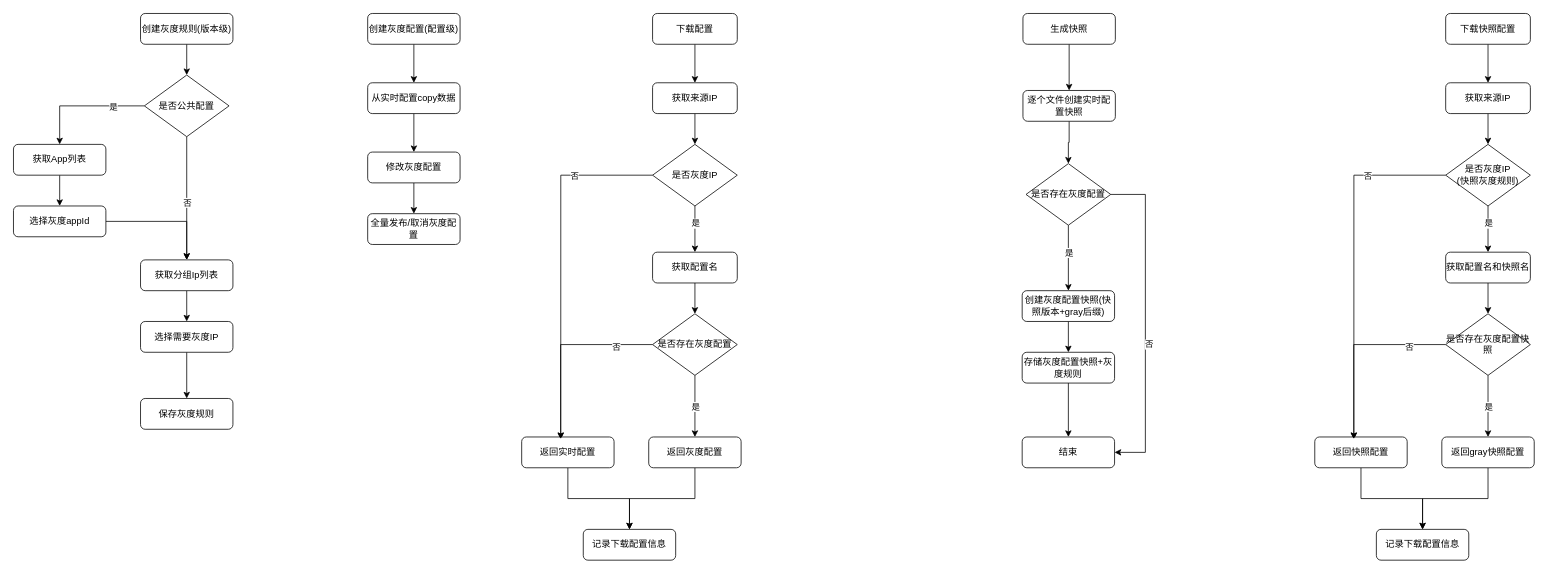
The draw.io diagram gray conf.drawio in sj842166947/draw, before the edit. Source tidied: cells renumbered, new cells numbered last; positions are measured from the earlier drawing's top-left corner, leaving out a move shared by most shapes. Both pictures are drawn from the tidied source at 77%, with x=0, y=0 at pixel (13, 13).
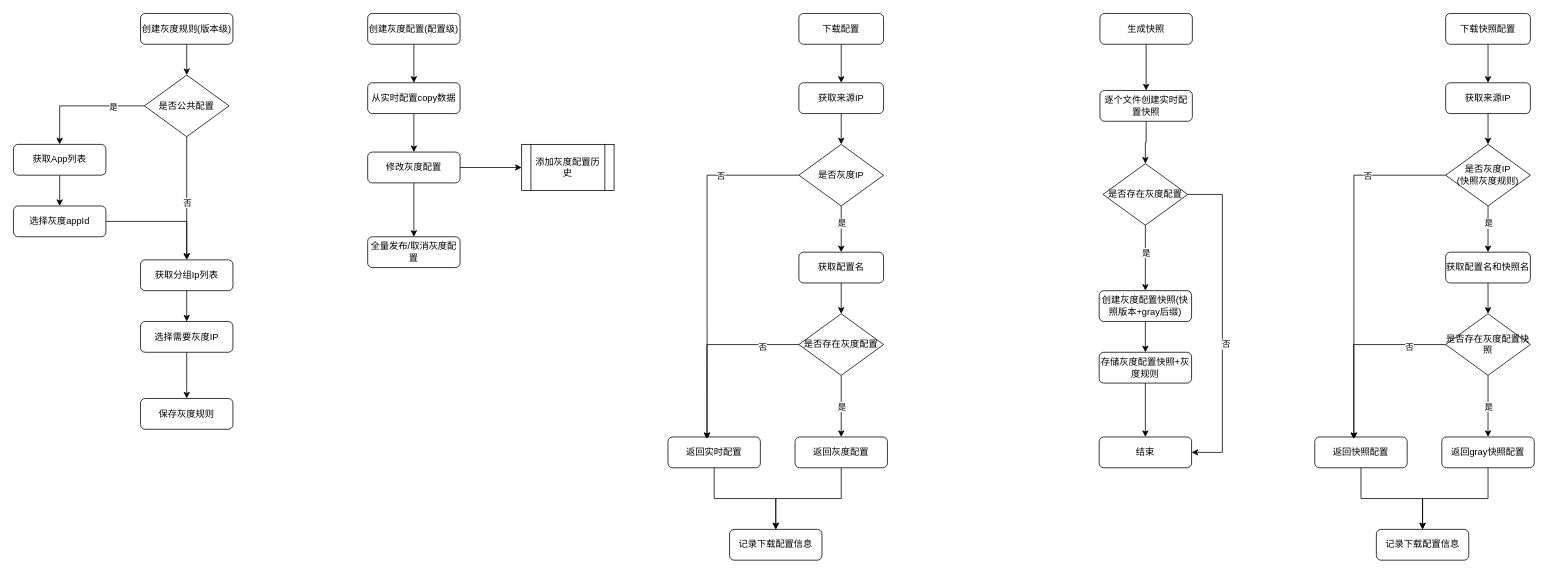
After the change.

The change refers to these unchanged cells:
```xml
<mxCell id="22" value="修改灰度配置" style="rounded=1;whiteSpace=wrap;html=1;" parent="1" vertex="1">
  <mxGeometry x="460" y="180" width="120" height="40" as="geometry" />
</mxCell>
```

What changed in the source:
```diff
@@
+    <mxCell id="81" style="edgeStyle=orthogonalEdgeStyle;rounded=0;jettySize=auto;html=1;entryX=0;entryY=0.5;entryDx=0;entryDy=0;" parent="1" edge="1" source="22" target="82">
+      <mxGeometry relative="1" as="geometry" />
+    </mxCell>
@@
     <mxCell id="23" value="全量发布/取消灰度配置" style="rounded=1;whiteSpace=wrap;html=1;" parent="1" vertex="1">
-      <mxGeometry x="460" y="260" width="120" height="40" as="geometry" />
+      <mxGeometry x="460" y="290" width="120" height="40" as="geometry" />
     </mxCell>
@@
     <mxCell id="25" value="下载配置" style="rounded=1;whiteSpace=wrap;html=1;" parent="1" vertex="1">
-      <mxGeometry x="830" width="110" height="40" as="geometry" />
+      <mxGeometry x="1020" width="110" height="40" as="geometry" />
     </mxCell>
@@
     <mxCell id="27" value="获取来源IP" style="rounded=1;whiteSpace=wrap;html=1;" parent="1" vertex="1">
-      <mxGeometry x="830" y="90" width="110" height="40" as="geometry" />
+      <mxGeometry x="1020" y="90" width="110" height="40" as="geometry" />
     </mxCell>
@@
     <mxCell id="32" value="是否灰度IP" style="rhombus;whiteSpace=wrap;html=1;" parent="1" vertex="1">
-      <mxGeometry x="830" y="170" width="110" height="80" as="geometry" />
+      <mxGeometry x="1020" y="170" width="110" height="80" as="geometry" />
     </mxCell>
@@
     <mxCell id="34" value="返回实时配置" style="rounded=1;whiteSpace=wrap;html=1;" parent="1" vertex="1">
-      <mxGeometry x="660" y="550" width="120" height="40" as="geometry" />
+      <mxGeometry x="850" y="550" width="120" height="40" as="geometry" />
     </mxCell>
@@
     <mxCell id="36" value="返回灰度配置" style="rounded=1;whiteSpace=wrap;html=1;" parent="1" vertex="1">
-      <mxGeometry x="825" y="550" width="120" height="40" as="geometry" />
+      <mxGeometry x="1015" y="550" width="120" height="40" as="geometry" />
     </mxCell>
@@
     <mxCell id="38" value="获取配置名" style="rounded=1;whiteSpace=wrap;html=1;" parent="1" vertex="1">
-      <mxGeometry x="830" y="310" width="110" height="40" as="geometry" />
+      <mxGeometry x="1020" y="310" width="110" height="40" as="geometry" />
     </mxCell>
@@
     <mxCell id="43" value="是否存在灰度配置" style="rhombus;whiteSpace=wrap;html=1;" parent="1" vertex="1">
-      <mxGeometry x="830" y="390" width="110" height="80" as="geometry" />
+      <mxGeometry x="1020" y="390" width="110" height="80" as="geometry" />
     </mxCell>
@@
     <mxCell id="45" value="生成快照" style="rounded=1;whiteSpace=wrap;html=1;" parent="1" vertex="1">
-      <mxGeometry x="1311" width="120" height="40" as="geometry" />
+      <mxGeometry x="1411" width="120" height="40" as="geometry" />
     </mxCell>
@@
     <mxCell id="47" value="逐个文件创建实时配置快照" style="rounded=1;whiteSpace=wrap;html=1;" parent="1" vertex="1">
-      <mxGeometry x="1311" y="100" width="120" height="40" as="geometry" />
+      <mxGeometry x="1411" y="100" width="120" height="40" as="geometry" />
     </mxCell>
     <mxCell id="48" value="记录下载配置信息" style="rounded=1;whiteSpace=wrap;html=1;" parent="1" vertex="1">
-      <mxGeometry x="740" y="670" width="120" height="40" as="geometry" />
+      <mxGeometry x="930" y="670" width="120" height="40" as="geometry" />
     </mxCell>
@@
     <mxCell id="51" style="edgeStyle=orthogonalEdgeStyle;rounded=0;jettySize=auto;html=1;entryX=1;entryY=0.5;entryDx=0;entryDy=0;exitX=1;exitY=0.5;exitDx=0;exitDy=0;" parent="1" edge="1" source="53" target="59">
       <mxGeometry relative="1" as="geometry">
         <Array as="points">
-          <mxPoint x="1470" y="235" />
-          <mxPoint x="1470" y="570" />
+          <mxPoint x="1570" y="235" />
+          <mxPoint x="1570" y="570" />
         </Array>
       </mxGeometry>
     </mxCell>
@@
     <mxCell id="53" value="是否存在灰度配置" style="rhombus;whiteSpace=wrap;html=1;" parent="1" vertex="1">
-      <mxGeometry x="1315" y="195" width="110" height="80" as="geometry" />
+      <mxGeometry x="1415" y="195" width="110" height="80" as="geometry" />
     </mxCell>
@@
     <mxCell id="55" value="创建灰度配置快照(快照版本+gray后缀)" style="rounded=1;whiteSpace=wrap;html=1;" parent="1" vertex="1">
-      <mxGeometry x="1310" y="360" width="120" height="40" as="geometry" />
+      <mxGeometry x="1410" y="360" width="120" height="40" as="geometry" />
     </mxCell>
@@
     <mxCell id="58" value="存储灰度配置快照+灰度规则" style="rounded=1;whiteSpace=wrap;html=1;" parent="1" vertex="1">
-      <mxGeometry x="1310" y="440" width="120" height="40" as="geometry" />
+      <mxGeometry x="1410" y="440" width="120" height="40" as="geometry" />
     </mxCell>
     <mxCell id="59" value="结束" style="rounded=1;whiteSpace=wrap;html=1;" parent="1" vertex="1">
-      <mxGeometry x="1310" y="550" width="120" height="40" as="geometry" />
+      <mxGeometry x="1410" y="550" width="120" height="40" as="geometry" />
     </mxCell>
@@
+    <mxCell id="82" value="添加灰度配置历史" style="shape=process;whiteSpace=wrap;html=1;backgroundOutline=1;" parent="1" vertex="1">
+      <mxGeometry x="660" y="170" width="120" height="60" as="geometry" />
+    </mxCell>
```
